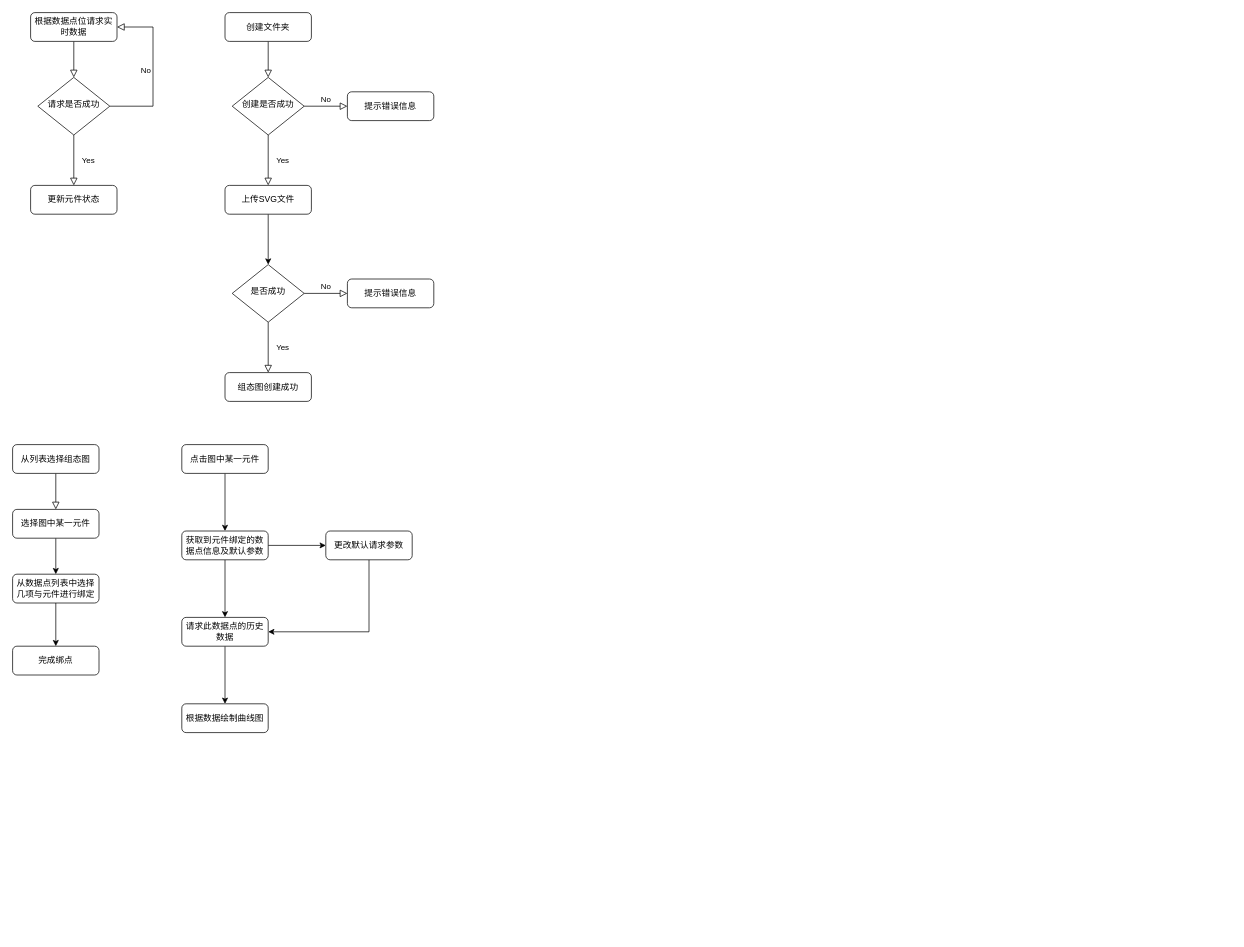
The draw.io diagram 未命名绘图.drawio in eeve/drawio, before the edit. Source tidied: cells renumbered, new cells numbered last; positions are measured from the earlier drawing's top-left corner, leaving out a move shared by most shapes. Both pictures are drawn from the tidied source at 72%, with x=0, y=0 at pixel (12, 12).
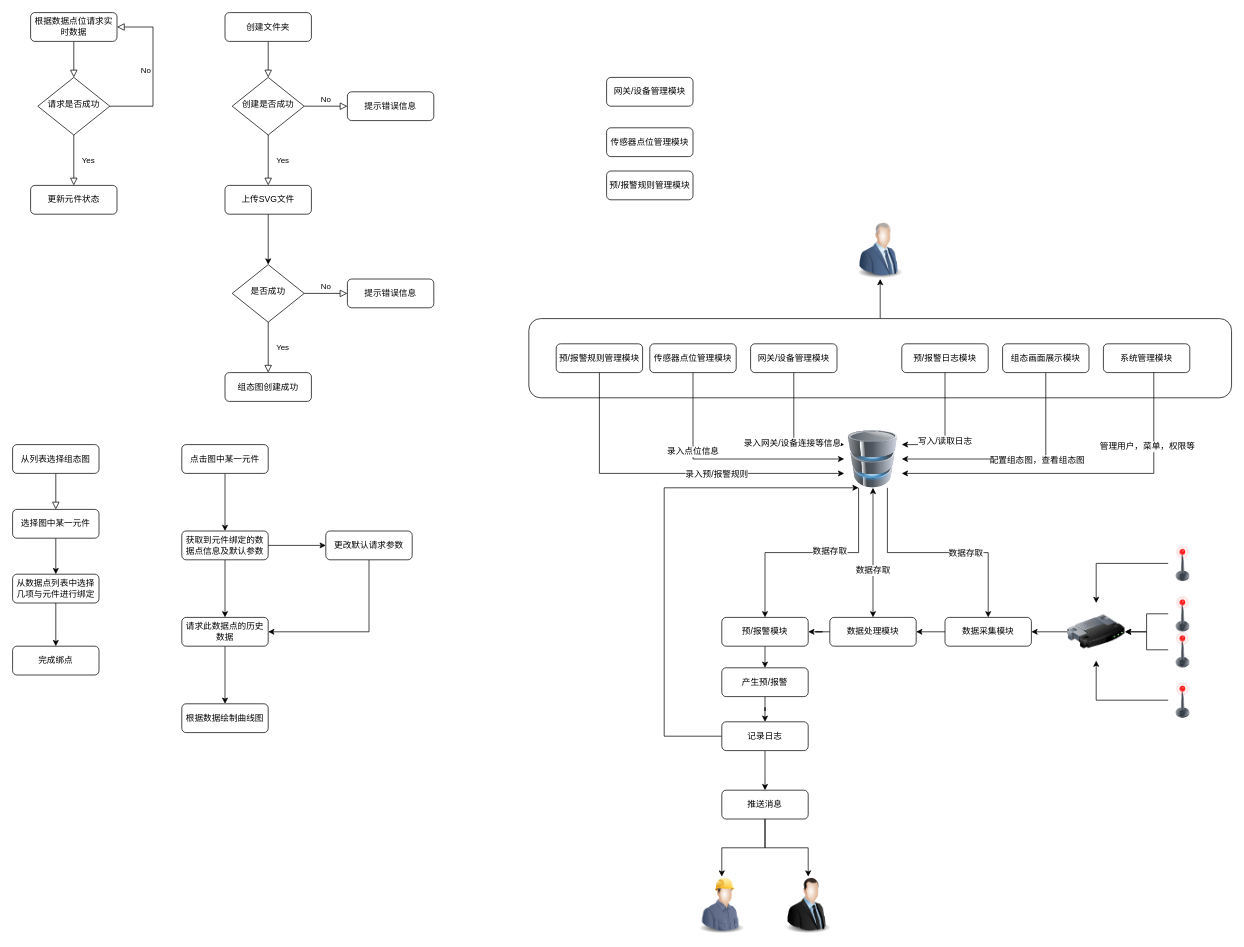
The same page after the edit.

Commit message:
更新未命名绘图.drawio

Diff of the diagram source:
```diff
@@
+    <mxCell id="38" style="edgeStyle=orthogonalEdgeStyle;rounded=0;jettySize=auto;html=1;exitX=0.5;exitY=0;exitDx=0;exitDy=0;entryX=0.5;entryY=1;entryDx=0;entryDy=0;" parent="1" edge="1" source="39" target="94">
+      <mxGeometry relative="1" as="geometry" />
+    </mxCell>
+    <mxCell id="39" style="rounded=1;whiteSpace=wrap;html=1;fontSize=12;glass=0;strokeWidth=1;shadow=0;" parent="1" vertex="1">
+      <mxGeometry x="717" y="425" width="976" height="110" as="geometry" />
+    </mxCell>
@@
+    <mxCell id="40" value="网关/设备管理模块" style="rounded=1;whiteSpace=wrap;html=1;fontSize=12;glass=0;strokeWidth=1;shadow=0;" parent="1" vertex="1">
+      <mxGeometry x="825" y="90" width="120" height="40" as="geometry" />
+    </mxCell>
+    <mxCell id="41" value="传感器点位管理模块" style="rounded=1;whiteSpace=wrap;html=1;fontSize=12;glass=0;strokeWidth=1;shadow=0;" parent="1" vertex="1">
+      <mxGeometry x="825" y="160" width="120" height="40" as="geometry" />
+    </mxCell>
+    <mxCell id="42" value="预/报警规则管理模块" style="rounded=1;whiteSpace=wrap;html=1;fontSize=12;glass=0;strokeWidth=1;shadow=0;" parent="1" vertex="1">
+      <mxGeometry x="825" y="220" width="120" height="40" as="geometry" />
+    </mxCell>
+    <mxCell id="43" style="edgeStyle=orthogonalEdgeStyle;rounded=0;jettySize=auto;html=1;entryX=1;entryY=0.25;entryDx=0;entryDy=0;exitX=0.5;exitY=1;exitDx=0;exitDy=0;" parent="1" edge="1" source="45" target="84">
+      <mxGeometry relative="1" as="geometry">
+        <Array as="points">
+          <mxPoint x="1295" y="600" />
+        </Array>
+      </mxGeometry>
+    </mxCell>
+    <mxCell id="44" value="写入/读取日志" style="text;html=1;align=center;verticalAlign=middle;labelBackgroundColor=#ffffff;" parent="43" vertex="1">
+      <mxGeometry x="0.17" y="-1" relative="1" as="geometry" />
+    </mxCell>
+    <mxCell id="45" value="预/报警日志模块" style="rounded=1;whiteSpace=wrap;html=1;fontSize=12;glass=0;strokeWidth=1;shadow=0;" parent="1" vertex="1">
+      <mxGeometry x="1235" y="460" width="120" height="40" as="geometry" />
+    </mxCell>
+    <mxCell id="46" style="edgeStyle=orthogonalEdgeStyle;rounded=0;jettySize=auto;html=1;entryX=1;entryY=0.5;entryDx=0;entryDy=0;exitX=0.5;exitY=1;exitDx=0;exitDy=0;" parent="1" edge="1" source="48" target="84">
+      <mxGeometry relative="1" as="geometry">
+        <Array as="points">
+          <mxPoint x="1435" y="620" />
+        </Array>
+      </mxGeometry>
+    </mxCell>
+    <mxCell id="47" value="配置组态图，查看组态图" style="text;html=1;align=center;verticalAlign=middle;labelBackgroundColor=#ffffff;" parent="46" vertex="1">
+      <mxGeometry x="-0.17" y="1" relative="1" as="geometry" />
+    </mxCell>
+    <mxCell id="48" value="组态画面展示模块" style="rounded=1;whiteSpace=wrap;html=1;fontSize=12;glass=0;strokeWidth=1;shadow=0;" parent="1" vertex="1">
+      <mxGeometry x="1375" y="460" width="120" height="40" as="geometry" />
+    </mxCell>
+    <mxCell id="49" style="edgeStyle=orthogonalEdgeStyle;rounded=0;jettySize=auto;html=1;exitX=0;exitY=0.5;exitDx=0;exitDy=0;entryX=1;entryY=0.75;entryDx=0;entryDy=0;" parent="1" edge="1" source="51" target="84">
+      <mxGeometry relative="1" as="geometry">
+        <Array as="points">
+          <mxPoint x="1585" y="480" />
+          <mxPoint x="1585" y="640" />
+        </Array>
+      </mxGeometry>
+    </mxCell>
+    <mxCell id="50" value="管理用户，菜单，权限等" style="text;html=1;align=center;verticalAlign=middle;labelBackgroundColor=#ffffff;" parent="49" vertex="1">
+      <mxGeometry x="-0.32" y="-5" relative="1" as="geometry">
+        <mxPoint x="-5" y="-5" as="offset" />
+      </mxGeometry>
+    </mxCell>
+    <mxCell id="51" value="系统管理模块" style="rounded=1;whiteSpace=wrap;html=1;fontSize=12;glass=0;strokeWidth=1;shadow=0;" parent="1" vertex="1">
+      <mxGeometry x="1515" y="460" width="120" height="40" as="geometry" />
+    </mxCell>
+    <mxCell id="52" style="edgeStyle=orthogonalEdgeStyle;rounded=0;jettySize=auto;html=1;exitX=0;exitY=0.5;exitDx=0;exitDy=0;entryX=1;entryY=0.5;entryDx=0;entryDy=0;" parent="1" edge="1" source="53" target="63">
+      <mxGeometry relative="1" as="geometry" />
+    </mxCell>
+    <mxCell id="53" style="image;html=1;labelBackgroundColor=#ffffff;image=img/lib/clip_art/networking/Router_128x128.png;" parent="1" vertex="1">
+      <mxGeometry x="1465" y="820" width="80" height="80" as="geometry" />
+    </mxCell>
+    <mxCell id="54" style="edgeStyle=orthogonalEdgeStyle;rounded=0;jettySize=auto;html=1;exitX=0;exitY=0.5;exitDx=0;exitDy=0;entryX=0.5;entryY=0;entryDx=0;entryDy=0;" parent="1" edge="1" source="55" target="53">
+      <mxGeometry relative="1" as="geometry" />
+    </mxCell>
+    <mxCell id="55" style="image;html=1;labelBackgroundColor=#ffffff;image=img/lib/clip_art/telecommunication/Signal_tower_off_128x128.png;" parent="1" vertex="1">
+      <mxGeometry x="1605" y="740" width="40" height="50" as="geometry" />
+    </mxCell>
+    <mxCell id="56" style="edgeStyle=orthogonalEdgeStyle;rounded=0;jettySize=auto;html=1;exitX=0;exitY=0.5;exitDx=0;exitDy=0;entryX=1;entryY=0.5;entryDx=0;entryDy=0;" parent="1" edge="1" source="57" target="53">
+      <mxGeometry relative="1" as="geometry" />
+    </mxCell>
+    <mxCell id="57" style="image;html=1;labelBackgroundColor=#ffffff;image=img/lib/clip_art/telecommunication/Signal_tower_off_128x128.png;" parent="1" vertex="1">
+      <mxGeometry x="1605" y="810" width="40" height="50" as="geometry" />
+    </mxCell>
+    <mxCell id="58" style="edgeStyle=orthogonalEdgeStyle;rounded=0;jettySize=auto;html=1;exitX=0;exitY=0.5;exitDx=0;exitDy=0;" parent="1" edge="1" source="59" target="53">
+      <mxGeometry relative="1" as="geometry" />
+    </mxCell>
+    <mxCell id="59" style="image;html=1;labelBackgroundColor=#ffffff;image=img/lib/clip_art/telecommunication/Signal_tower_off_128x128.png;" parent="1" vertex="1">
+      <mxGeometry x="1605" y="860" width="40" height="50" as="geometry" />
+    </mxCell>
+    <mxCell id="60" style="edgeStyle=orthogonalEdgeStyle;rounded=0;jettySize=auto;html=1;exitX=0;exitY=0.5;exitDx=0;exitDy=0;entryX=0.5;entryY=1;entryDx=0;entryDy=0;" parent="1" edge="1" source="61" target="53">
+      <mxGeometry relative="1" as="geometry" />
+    </mxCell>
+    <mxCell id="61" style="image;html=1;labelBackgroundColor=#ffffff;image=img/lib/clip_art/telecommunication/Signal_tower_off_128x128.png;" parent="1" vertex="1">
+      <mxGeometry x="1605" y="930" width="40" height="50" as="geometry" />
+    </mxCell>
+    <mxCell id="62" style="edgeStyle=orthogonalEdgeStyle;rounded=0;jettySize=auto;html=1;exitX=0;exitY=0.5;exitDx=0;exitDy=0;entryX=1;entryY=0.5;entryDx=0;entryDy=0;" parent="1" edge="1" source="63" target="66">
+      <mxGeometry relative="1" as="geometry" />
+    </mxCell>
+    <mxCell id="63" value="数据采集模块" style="rounded=1;whiteSpace=wrap;html=1;fontSize=12;glass=0;strokeWidth=1;shadow=0;" parent="1" vertex="1">
+      <mxGeometry x="1295" y="840" width="120" height="40" as="geometry" />
+    </mxCell>
+    <mxCell id="64" style="edgeStyle=orthogonalEdgeStyle;rounded=0;jettySize=auto;html=1;exitX=0;exitY=0.5;exitDx=0;exitDy=0;" parent="1" edge="1" source="66" target="67">
+      <mxGeometry relative="1" as="geometry" />
+    </mxCell>
+    <mxCell id="65" style="edgeStyle=orthogonalEdgeStyle;rounded=0;jettySize=auto;html=1;exitX=0.5;exitY=1;exitDx=0;exitDy=0;entryX=0.5;entryY=0;entryDx=0;entryDy=0;" parent="1" edge="1" source="67" target="69">
+      <mxGeometry relative="1" as="geometry" />
+    </mxCell>
+    <mxCell id="66" value="数据处理模块" style="rounded=1;whiteSpace=wrap;html=1;fontSize=12;glass=0;strokeWidth=1;shadow=0;" parent="1" vertex="1">
+      <mxGeometry x="1135" y="840" width="120" height="40" as="geometry" />
+    </mxCell>
+    <mxCell id="67" value="预/报警模块" style="rounded=1;whiteSpace=wrap;html=1;fontSize=12;glass=0;strokeWidth=1;shadow=0;" parent="1" vertex="1">
+      <mxGeometry x="985" y="840" width="120" height="40" as="geometry" />
+    </mxCell>
+    <mxCell id="68" style="edgeStyle=orthogonalEdgeStyle;rounded=0;jettySize=auto;html=1;" parent="1" edge="1" source="69" target="72">
+      <mxGeometry relative="1" as="geometry" />
+    </mxCell>
+    <mxCell id="69" value="产生预/报警" style="rounded=1;whiteSpace=wrap;html=1;fontSize=12;glass=0;strokeWidth=1;shadow=0;" parent="1" vertex="1">
+      <mxGeometry x="985" y="910" width="120" height="40" as="geometry" />
+    </mxCell>
+    <mxCell id="70" style="edgeStyle=orthogonalEdgeStyle;rounded=0;jettySize=auto;html=1;" parent="1" edge="1" source="72" target="75">
+      <mxGeometry relative="1" as="geometry" />
+    </mxCell>
+    <mxCell id="71" style="edgeStyle=orthogonalEdgeStyle;rounded=0;jettySize=auto;html=1;exitX=0;exitY=0.5;exitDx=0;exitDy=0;entryX=0.25;entryY=1;entryDx=0;entryDy=0;" parent="1" edge="1" source="72" target="84">
+      <mxGeometry relative="1" as="geometry">
+        <Array as="points">
+          <mxPoint x="905" y="1005" />
+          <mxPoint x="905" y="660" />
+        </Array>
+      </mxGeometry>
+    </mxCell>
+    <mxCell id="72" value="记录日志" style="rounded=1;whiteSpace=wrap;html=1;fontSize=12;glass=0;strokeWidth=1;shadow=0;" parent="1" vertex="1">
+      <mxGeometry x="985" y="985" width="120" height="40" as="geometry" />
+    </mxCell>
+    <mxCell id="73" style="edgeStyle=orthogonalEdgeStyle;rounded=0;jettySize=auto;html=1;" parent="1" edge="1" source="75" target="76">
+      <mxGeometry relative="1" as="geometry" />
+    </mxCell>
+    <mxCell id="74" style="edgeStyle=orthogonalEdgeStyle;rounded=0;jettySize=auto;html=1;entryX=0.5;entryY=0;entryDx=0;entryDy=0;" parent="1" edge="1" source="75" target="77">
+      <mxGeometry relative="1" as="geometry" />
+    </mxCell>
+    <mxCell id="75" value="推送消息" style="rounded=1;whiteSpace=wrap;html=1;fontSize=12;glass=0;strokeWidth=1;shadow=0;" parent="1" vertex="1">
+      <mxGeometry x="985" y="1080" width="120" height="40" as="geometry" />
+    </mxCell>
+    <mxCell id="76" style="image;html=1;labelBackgroundColor=#ffffff;image=img/lib/clip_art/people/Construction_Worker_Man_128x128.png;" parent="1" vertex="1">
+      <mxGeometry x="945" y="1200" width="80" height="80" as="geometry" />
+    </mxCell>
+    <mxCell id="77" style="image;html=1;labelBackgroundColor=#ffffff;image=img/lib/clip_art/people/Suit_Man_128x128.png;" parent="1" vertex="1">
+      <mxGeometry x="1065" y="1200" width="80" height="80" as="geometry" />
+    </mxCell>
+    <mxCell id="78" style="edgeStyle=orthogonalEdgeStyle;rounded=0;jettySize=auto;html=1;exitX=0.75;exitY=1;exitDx=0;exitDy=0;entryX=0.5;entryY=0;entryDx=0;entryDy=0;" parent="1" edge="1" source="84" target="63">
+      <mxGeometry relative="1" as="geometry" />
+    </mxCell>
+    <mxCell id="79" value="数据存取" style="text;html=1;align=center;verticalAlign=middle;labelBackgroundColor=#ffffff;" parent="78" vertex="1">
+      <mxGeometry x="0.24" relative="1" as="geometry" />
+    </mxCell>
+    <mxCell id="80" style="edgeStyle=orthogonalEdgeStyle;rounded=0;jettySize=auto;html=1;exitX=0.5;exitY=1;exitDx=0;exitDy=0;entryX=0.5;entryY=0;entryDx=0;entryDy=0;startArrow=classic;startFill=1;" parent="1" edge="1" source="84" target="66">
+      <mxGeometry relative="1" as="geometry" />
+    </mxCell>
+    <mxCell id="81" value="数据存取" style="text;html=1;align=center;verticalAlign=middle;labelBackgroundColor=#ffffff;" parent="80" vertex="1">
+      <mxGeometry x="0.27" y="-1" relative="1" as="geometry" />
+    </mxCell>
+    <mxCell id="82" style="edgeStyle=orthogonalEdgeStyle;rounded=0;jettySize=auto;html=1;exitX=0.25;exitY=1;exitDx=0;exitDy=0;entryX=0.5;entryY=0;entryDx=0;entryDy=0;" parent="1" edge="1" source="84" target="67">
+      <mxGeometry relative="1" as="geometry" />
+    </mxCell>
+    <mxCell id="83" value="数据存取" style="text;html=1;align=center;verticalAlign=middle;labelBackgroundColor=#ffffff;" parent="82" vertex="1">
+      <mxGeometry x="-0.43" y="-41" relative="1" as="geometry" />
+    </mxCell>
+    <mxCell id="84" style="image;html=1;labelBackgroundColor=#ffffff;image=img/lib/clip_art/computers/Database_128x128.png;" parent="1" vertex="1">
+      <mxGeometry x="1155" y="580" width="80" height="80" as="geometry" />
+    </mxCell>
+    <mxCell id="85" style="edgeStyle=orthogonalEdgeStyle;rounded=0;jettySize=auto;html=1;entryX=0;entryY=0.25;entryDx=0;entryDy=0;exitX=0.5;exitY=1;exitDx=0;exitDy=0;" parent="1" edge="1" source="87" target="84">
+      <mxGeometry relative="1" as="geometry">
+        <Array as="points">
+          <mxPoint x="1085" y="600" />
+        </Array>
+      </mxGeometry>
+    </mxCell>
+    <mxCell id="86" value="录入网关/设备连接等信息" style="text;html=1;align=center;verticalAlign=middle;labelBackgroundColor=#ffffff;" parent="85" vertex="1">
+      <mxGeometry x="0.14" y="-3" relative="1" as="geometry" />
+    </mxCell>
+    <mxCell id="87" value="网关/设备管理模块" style="rounded=1;whiteSpace=wrap;html=1;fontSize=12;glass=0;strokeWidth=1;shadow=0;" parent="1" vertex="1">
+      <mxGeometry x="1025" y="460" width="120" height="40" as="geometry" />
+    </mxCell>
+    <mxCell id="88" style="edgeStyle=orthogonalEdgeStyle;rounded=0;jettySize=auto;html=1;entryX=0;entryY=0.75;entryDx=0;entryDy=0;" parent="1" edge="1" source="90" target="84">
+      <mxGeometry relative="1" as="geometry">
+        <Array as="points">
+          <mxPoint x="815" y="640" />
+        </Array>
+      </mxGeometry>
+    </mxCell>
+    <mxCell id="89" value="录入预/报警规则" style="text;html=1;align=center;verticalAlign=middle;labelBackgroundColor=#ffffff;" parent="88" vertex="1">
+      <mxGeometry x="0.26" relative="1" as="geometry" />
+    </mxCell>
+    <mxCell id="90" value="预/报警规则管理模块" style="rounded=1;whiteSpace=wrap;html=1;fontSize=12;glass=0;strokeWidth=1;shadow=0;" parent="1" vertex="1">
+      <mxGeometry x="755" y="460" width="120" height="40" as="geometry" />
+    </mxCell>
+    <mxCell id="91" style="edgeStyle=orthogonalEdgeStyle;rounded=0;jettySize=auto;html=1;entryX=0;entryY=0.5;entryDx=0;entryDy=0;" parent="1" edge="1" source="93" target="84">
+      <mxGeometry relative="1" as="geometry">
+        <Array as="points">
+          <mxPoint x="945" y="620" />
+        </Array>
+      </mxGeometry>
+    </mxCell>
+    <mxCell id="92" value="录入点位信息" style="text;html=1;align=center;verticalAlign=middle;labelBackgroundColor=#ffffff;" parent="91" vertex="1">
+      <mxGeometry x="-0.34" y="-1" relative="1" as="geometry" />
+    </mxCell>
+    <mxCell id="93" value="传感器点位管理模块" style="rounded=1;whiteSpace=wrap;html=1;fontSize=12;glass=0;strokeWidth=1;shadow=0;" parent="1" vertex="1">
+      <mxGeometry x="885" y="460" width="120" height="40" as="geometry" />
+    </mxCell>
+    <mxCell id="94" style="image;html=1;labelBackgroundColor=#ffffff;image=img/lib/clip_art/people/Suit_Man_Blue_128x128.png;" parent="1" vertex="1">
+      <mxGeometry x="1165" y="290" width="80" height="80" as="geometry" />
+    </mxCell>
```
